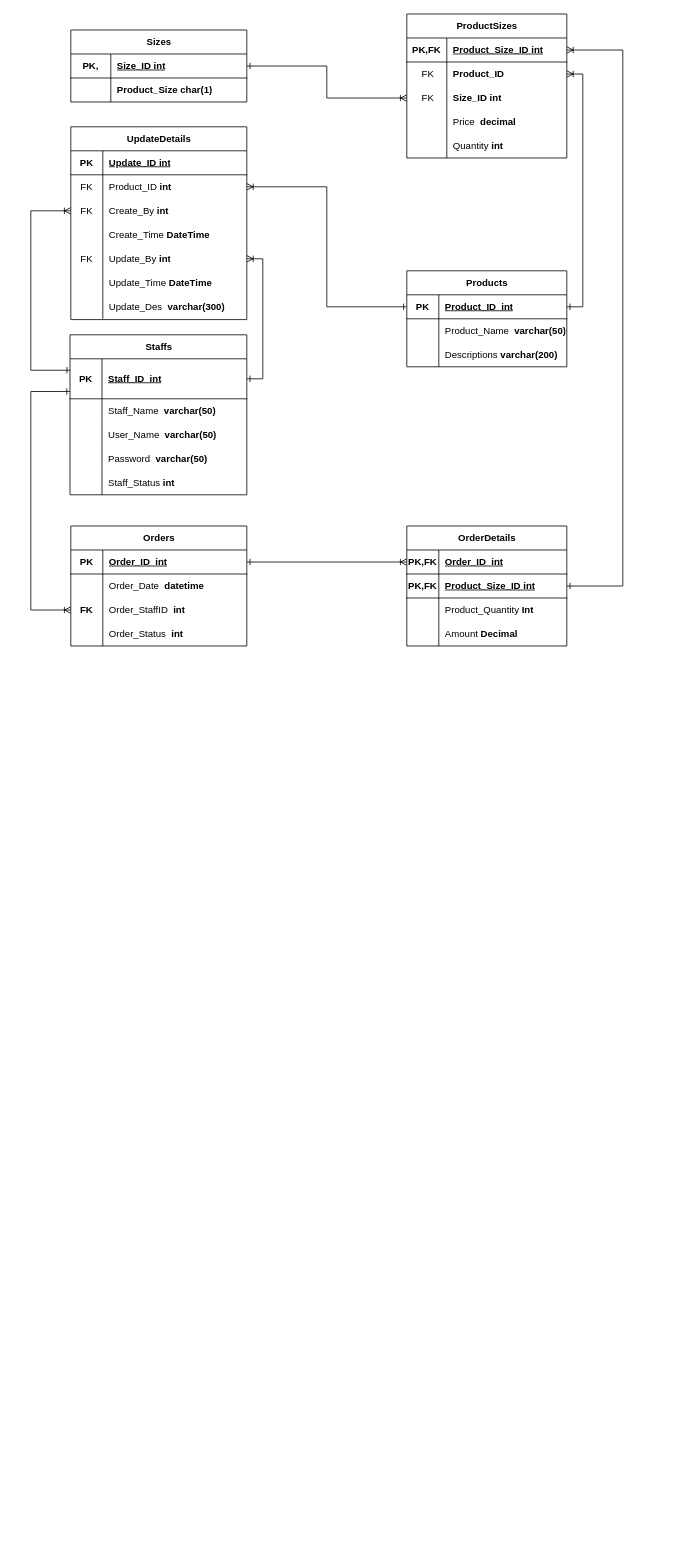
The draw.io diagram page "ERDPhysic" (2 of 2) of Diagram/Entity_Relationship_Diagram/ERD1.drawio in NDuc-Dev/Project-1, before the edit. Source tidied: cells renumbered, new cells numbered last; positions are measured from the earlier drawing's top-left corner, leaving out a move shared by most shapes. Both pictures are drawn from the tidied source at 80%, with x=0, y=0 at pixel (30, 14).
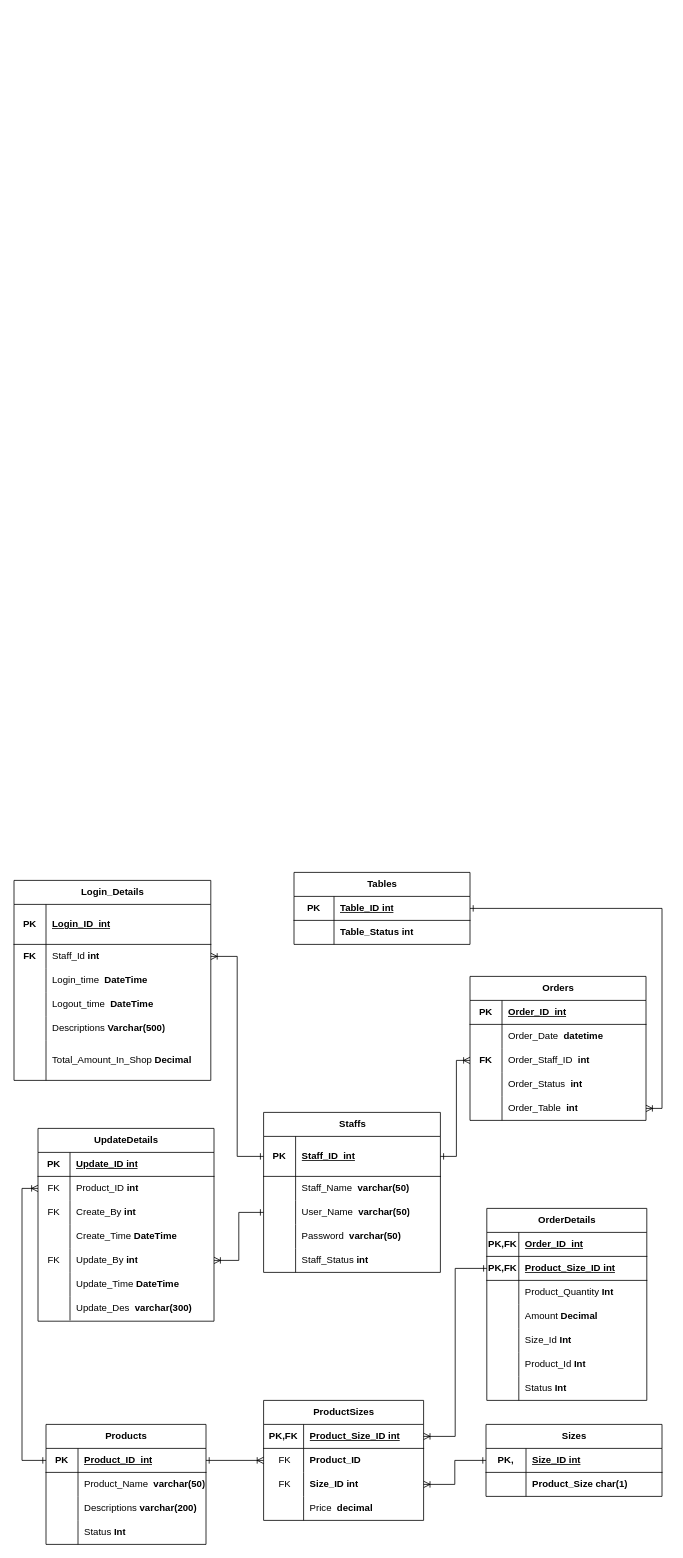
The same page after the edit.

The change refers to these unchanged cells:
```xml
<mxCell id="3" style="shape=tableRow;horizontal=0;startSize=0;swimlaneHead=0;swimlaneBody=0;fillColor=none;points=[[0,0.5],[1,0.5]];portConstraint=eastwest;top=0;left=0;right=0;bottom=1;" parent="2" vertex="1">
  <mxGeometry y="30" width="221" height="50" as="geometry" />
</mxCell>
<mxCell id="9" style="shape=tableRow;horizontal=0;startSize=0;swimlaneHead=0;swimlaneBody=0;fillColor=none;points=[[0,0.5],[1,0.5]];portConstraint=eastwest;top=0;left=0;right=0;bottom=0;" parent="2" vertex="1">
  <mxGeometry y="110" width="221" height="30" as="geometry" />
</mxCell>
<mxCell id="19" style="shape=tableRow;horizontal=0;startSize=0;swimlaneHead=0;swimlaneBody=0;fillColor=none;points=[[0,0.5],[1,0.5]];portConstraint=eastwest;top=0;left=0;right=0;bottom=1;" parent="18" vertex="1">
  <mxGeometry y="30" width="200" height="30" as="geometry" />
</mxCell>
<mxCell id="29" style="shape=tableRow;horizontal=0;startSize=0;swimlaneHead=0;swimlaneBody=0;fillColor=none;points=[[0,0.5],[1,0.5]];portConstraint=eastwest;top=0;left=0;right=0;bottom=1;" parent="28" vertex="1">
  <mxGeometry y="30" width="200" height="30" as="geometry" />
</mxCell>
<mxCell id="35" style="shape=tableRow;horizontal=0;startSize=0;swimlaneHead=0;swimlaneBody=0;fillColor=none;points=[[0,0.5],[1,0.5]];portConstraint=eastwest;top=0;left=0;right=0;bottom=0;" parent="28" vertex="1">
  <mxGeometry y="90" width="200" height="30" as="geometry" />
</mxCell>
<mxCell id="45" style="shape=tableRow;horizontal=0;startSize=0;swimlaneHead=0;swimlaneBody=0;fillColor=none;points=[[0,0.5],[1,0.5]];portConstraint=eastwest;top=0;left=0;right=0;bottom=1;" parent="44" vertex="1">
  <mxGeometry y="30" width="220" height="30" as="geometry" />
</mxCell>
<mxCell id="54" style="shape=tableRow;horizontal=0;startSize=0;swimlaneHead=0;swimlaneBody=0;fillColor=none;points=[[0,0.5],[1,0.5]];portConstraint=eastwest;top=0;left=0;right=0;bottom=1;" parent="53" vertex="1">
  <mxGeometry y="30" width="220" height="30" as="geometry" />
</mxCell>
<mxCell id="60" style="shape=tableRow;horizontal=0;startSize=0;swimlaneHead=0;swimlaneBody=0;fillColor=none;points=[[0,0.5],[1,0.5]];portConstraint=eastwest;top=0;left=0;right=0;bottom=0;" parent="53" vertex="1">
  <mxGeometry y="90" width="220" height="30" as="geometry" />
</mxCell>
<mxCell id="67" style="shape=tableRow;horizontal=0;startSize=0;swimlaneHead=0;swimlaneBody=0;fillColor=none;points=[[0,0.5],[1,0.5]];portConstraint=eastwest;top=0;left=0;right=0;bottom=1;" parent="66" vertex="1">
  <mxGeometry y="30" width="200" height="30" as="geometry" />
</mxCell>
<mxCell id="70" style="shape=tableRow;horizontal=0;startSize=0;swimlaneHead=0;swimlaneBody=0;fillColor=none;points=[[0,0.5],[1,0.5]];portConstraint=eastwest;top=0;left=0;right=0;bottom=1;" parent="66" vertex="1">
  <mxGeometry y="60" width="200" height="30" as="geometry" />
</mxCell>
<mxCell id="86" style="shape=tableRow;horizontal=0;startSize=0;swimlaneHead=0;swimlaneBody=0;fillColor=none;points=[[0,0.5],[1,0.5]];portConstraint=eastwest;top=0;left=0;right=0;bottom=0;" parent="82" vertex="1">
  <mxGeometry y="60" width="220" height="30" as="geometry" />
</mxCell>
<mxCell id="89" style="shape=tableRow;horizontal=0;startSize=0;swimlaneHead=0;swimlaneBody=0;fillColor=none;points=[[0,0.5],[1,0.5]];portConstraint=eastwest;top=0;left=0;right=0;bottom=0;" parent="82" vertex="1">
  <mxGeometry y="90" width="220" height="30" as="geometry" />
</mxCell>
<mxCell id="95" style="shape=tableRow;horizontal=0;startSize=0;swimlaneHead=0;swimlaneBody=0;fillColor=none;points=[[0,0.5],[1,0.5]];portConstraint=eastwest;top=0;left=0;right=0;bottom=0;" parent="82" vertex="1">
  <mxGeometry y="150" width="220" height="30" as="geometry" />
</mxCell>
```

Diff of the diagram source:
```diff
@@
     <mxCell id="2" value="Staffs" style="shape=table;startSize=30;childLayout=tableLayout;rowLines=0;fontStyle=1;align=center;html=1;" parent="1" vertex="1">
-      <mxGeometry x="49" y="401" width="221" height="200" as="geometry" />
+      <mxGeometry x="291" y="1373" width="221" height="200" as="geometry" />
     </mxCell>
@@
     <mxCell id="18" value="Products" style="shape=table;startSize=30;childLayout=tableLayout;rowLines=0;fontStyle=1;align=center;html=1;" parent="1" vertex="1">
-      <mxGeometry x="470" y="321" width="200" height="120" as="geometry" />
+      <mxGeometry x="19" y="1763" width="200" height="150" as="geometry" />
     </mxCell>
@@
+    <mxCell id="107" style="shape=tableRow;horizontal=0;startSize=0;swimlaneHead=0;swimlaneBody=0;fillColor=none;top=0;left=0;right=0;bottom=0;" parent="18" vertex="1">
+      <mxGeometry y="120" width="200" height="30" as="geometry" />
+    </mxCell>
+    <mxCell id="108" style="shape=partialRectangle;fillColor=none;top=0;left=0;bottom=0;right=0;overflow=hidden;whiteSpace=wrap;html=1;" parent="107" vertex="1">
+      <mxGeometry width="40" height="30" as="geometry" />
+    </mxCell>
+    <mxCell id="109" value="Status &lt;b&gt;Int&lt;/b&gt;" style="shape=partialRectangle;fillColor=none;top=0;left=0;bottom=0;right=0;align=left;spacingLeft=6;overflow=hidden;whiteSpace=wrap;html=1;" parent="107" vertex="1">
+      <mxGeometry x="40" width="160" height="30" as="geometry" />
+    </mxCell>
     <mxCell id="28" value="ProductSizes" style="shape=table;startSize=30;childLayout=tableLayout;rowLines=0;fontStyle=1;align=center;html=1;" parent="1" vertex="1">
-      <mxGeometry x="470" width="200" height="180" as="geometry" />
+      <mxGeometry x="291" y="1733" width="200" height="150" as="geometry" />
     </mxCell>
@@
-    <mxCell id="41" style="shape=tableRow;horizontal=0;startSize=0;swimlaneHead=0;swimlaneBody=0;fillColor=none;top=0;left=0;right=0;bottom=0;" parent="28" vertex="1">
-      <mxGeometry y="150" width="200" height="30" as="geometry" />
-    </mxCell>
-    <mxCell id="42" style="shape=partialRectangle;fillColor=none;top=0;left=0;bottom=0;right=0;overflow=hidden;whiteSpace=wrap;html=1;" parent="41" vertex="1">
-      <mxGeometry width="50" height="30" as="geometry" />
-    </mxCell>
-    <mxCell id="43" value="Quantity &lt;b&gt;int&lt;/b&gt;" style="shape=partialRectangle;fillColor=none;top=0;left=0;bottom=0;right=0;align=left;spacingLeft=6;overflow=hidden;whiteSpace=wrap;html=1;" parent="41" vertex="1">
-      <mxGeometry x="50" width="150" height="30" as="geometry" />
-    </mxCell>
     <mxCell id="44" value="Sizes" style="shape=table;startSize=30;childLayout=tableLayout;rowLines=0;fontStyle=1;align=center;html=1;" parent="1" vertex="1">
-      <mxGeometry x="50" y="20" width="220" height="90" as="geometry" />
+      <mxGeometry x="569" y="1763" width="220" height="90" as="geometry" />
     </mxCell>
@@
-    <mxCell id="51" style="edgeStyle=orthogonalEdgeStyle;rounded=0;jettySize=auto;html=1;exitX=1;exitY=0.5;exitDx=0;exitDy=0;entryX=0;entryY=0.5;entryDx=0;entryDy=0;endArrow=ERoneToMany;endFill=0;startArrow=ERone;startFill=0;" parent="1" edge="1" source="45" target="35">
+    <mxCell id="51" style="edgeStyle=orthogonalEdgeStyle;rounded=0;jettySize=auto;html=1;exitX=0;exitY=0.5;exitDx=0;exitDy=0;entryX=1;entryY=0.5;entryDx=0;entryDy=0;endArrow=ERoneToMany;endFill=0;startArrow=ERone;startFill=0;" parent="1" edge="1" source="45" target="35">
       <mxGeometry relative="1" as="geometry" />
     </mxCell>
@@
     <mxCell id="53" value="Orders" style="shape=table;startSize=30;childLayout=tableLayout;rowLines=0;fontStyle=1;align=center;html=1;" parent="1" vertex="1">
-      <mxGeometry x="50" y="640" width="220" height="150" as="geometry" />
+      <mxGeometry x="549" y="1203" width="220" height="180" as="geometry" />
     </mxCell>
@@
-    <mxCell id="62" value="Order_StaffID&amp;nbsp; &lt;b&gt;int&lt;/b&gt;" style="shape=partialRectangle;fillColor=none;top=0;left=0;bottom=0;right=0;align=left;spacingLeft=6;overflow=hidden;whiteSpace=wrap;html=1;" parent="60" vertex="1">
+    <mxCell id="62" value="Order_Staff_ID&amp;nbsp; &lt;b&gt;int&lt;/b&gt;" style="shape=partialRectangle;fillColor=none;top=0;left=0;bottom=0;right=0;align=left;spacingLeft=6;overflow=hidden;whiteSpace=wrap;html=1;" parent="60" vertex="1">
       <mxGeometry x="40" width="180" height="30" as="geometry" />
     </mxCell>
@@
+    <mxCell id="110" style="shape=tableRow;horizontal=0;startSize=0;swimlaneHead=0;swimlaneBody=0;fillColor=none;points=[[0,0.5],[1,0.5]];portConstraint=eastwest;top=0;left=0;right=0;bottom=0;" parent="53" vertex="1">
+      <mxGeometry y="150" width="220" height="30" as="geometry" />
+    </mxCell>
+    <mxCell id="111" style="shape=partialRectangle;fillColor=none;top=0;left=0;bottom=0;right=0;overflow=hidden;whiteSpace=wrap;html=1;" parent="110" vertex="1">
+      <mxGeometry width="40" height="30" as="geometry" />
+    </mxCell>
+    <mxCell id="112" value="Order_Table&amp;nbsp;&amp;nbsp;&lt;b&gt;int&lt;/b&gt;" style="shape=partialRectangle;fillColor=none;top=0;left=0;bottom=0;right=0;align=left;spacingLeft=6;overflow=hidden;whiteSpace=wrap;html=1;" parent="110" vertex="1">
+      <mxGeometry x="40" width="180" height="30" as="geometry" />
+    </mxCell>
     <mxCell id="66" value="OrderDetails" style="shape=table;startSize=30;childLayout=tableLayout;rowLines=0;fontStyle=1;align=center;html=1;" parent="1" vertex="1">
-      <mxGeometry x="470" y="640" width="200" height="150" as="geometry" />
+      <mxGeometry x="570" y="1493" width="200" height="240" as="geometry" />
     </mxCell>
@@
-    <mxCell id="79" style="edgeStyle=orthogonalEdgeStyle;rounded=0;jettySize=auto;html=1;exitX=1;exitY=0.5;exitDx=0;exitDy=0;entryX=1;entryY=0.5;entryDx=0;entryDy=0;startArrow=ERoneToMany;startFill=0;endArrow=ERone;endFill=0;" parent="1" edge="1" source="29" target="70">
-      <mxGeometry relative="1" as="geometry">
-        <Array as="points">
-          <mxPoint x="740" y="45" />
-          <mxPoint x="740" y="715" />
-        </Array>
-      </mxGeometry>
-    </mxCell>
-    <mxCell id="80" style="edgeStyle=orthogonalEdgeStyle;rounded=0;jettySize=auto;html=1;exitX=1;exitY=0.5;exitDx=0;exitDy=0;entryX=0;entryY=0.5;entryDx=0;entryDy=0;endArrow=ERoneToMany;endFill=0;startArrow=ERone;startFill=0;" parent="1" edge="1" source="54" target="67">
-      <mxGeometry relative="1" as="geometry" />
-    </mxCell>
-    <mxCell id="81" style="edgeStyle=orthogonalEdgeStyle;rounded=0;jettySize=auto;html=1;exitX=0;exitY=0.817;exitDx=0;exitDy=0;entryX=0;entryY=0.5;entryDx=0;entryDy=0;startArrow=ERone;startFill=0;endArrow=ERoneToMany;endFill=0;exitPerimeter=0;" parent="1" edge="1" source="3" target="60">
-      <mxGeometry relative="1" as="geometry">
-        <Array as="points">
-          <mxPoint y="471" />
-          <mxPoint y="745" />
-        </Array>
-      </mxGeometry>
-    </mxCell>
+    <mxCell id="41" style="shape=tableRow;horizontal=0;startSize=0;swimlaneHead=0;swimlaneBody=0;fillColor=none;top=0;left=0;right=0;bottom=0;" parent="66" vertex="1">
+      <mxGeometry y="150" width="200" height="30" as="geometry" />
+    </mxCell>
+    <mxCell id="113" style="shape=partialRectangle;fillColor=none;top=0;left=0;bottom=0;right=0;overflow=hidden;whiteSpace=wrap;html=1;" parent="41" vertex="1">
+      <mxGeometry width="40" height="30" as="geometry" />
+    </mxCell>
+    <mxCell id="114" value="Size_Id &lt;b&gt;Int&lt;/b&gt;" style="shape=partialRectangle;fillColor=none;top=0;left=0;bottom=0;right=0;align=left;spacingLeft=6;overflow=hidden;whiteSpace=wrap;html=1;" parent="41" vertex="1">
+      <mxGeometry x="40" width="160" height="30" as="geometry" />
+    </mxCell>
+    <mxCell id="115" style="shape=tableRow;horizontal=0;startSize=0;swimlaneHead=0;swimlaneBody=0;fillColor=none;top=0;left=0;right=0;bottom=0;" parent="66" vertex="1">
+      <mxGeometry y="180" width="200" height="30" as="geometry" />
+    </mxCell>
+    <mxCell id="116" style="shape=partialRectangle;fillColor=none;top=0;left=0;bottom=0;right=0;overflow=hidden;whiteSpace=wrap;html=1;" parent="115" vertex="1">
+      <mxGeometry width="40" height="30" as="geometry" />
+    </mxCell>
+    <mxCell id="117" value="Product_Id&amp;nbsp;&lt;b&gt;Int&lt;/b&gt;" style="shape=partialRectangle;fillColor=none;top=0;left=0;bottom=0;right=0;align=left;spacingLeft=6;overflow=hidden;whiteSpace=wrap;html=1;" parent="115" vertex="1">
+      <mxGeometry x="40" width="160" height="30" as="geometry" />
+    </mxCell>
+    <mxCell id="118" style="shape=tableRow;horizontal=0;startSize=0;swimlaneHead=0;swimlaneBody=0;fillColor=none;top=0;left=0;right=0;bottom=0;" parent="66" vertex="1">
+      <mxGeometry y="210" width="200" height="30" as="geometry" />
+    </mxCell>
+    <mxCell id="119" style="shape=partialRectangle;fillColor=none;top=0;left=0;bottom=0;right=0;overflow=hidden;whiteSpace=wrap;html=1;" parent="118" vertex="1">
+      <mxGeometry width="40" height="30" as="geometry" />
+    </mxCell>
+    <mxCell id="120" value="Status&amp;nbsp;&lt;b&gt;Int&lt;/b&gt;" style="shape=partialRectangle;fillColor=none;top=0;left=0;bottom=0;right=0;align=left;spacingLeft=6;overflow=hidden;whiteSpace=wrap;html=1;" parent="118" vertex="1">
+      <mxGeometry x="40" width="160" height="30" as="geometry" />
+    </mxCell>
     <mxCell id="82" value="UpdateDetails" style="shape=table;startSize=30;childLayout=tableLayout;rowLines=0;fontStyle=1;align=center;html=1;" parent="1" vertex="1">
-      <mxGeometry x="50" y="141" width="220" height="241" as="geometry" />
+      <mxGeometry x="9" y="1393" width="220" height="241" as="geometry" />
     </mxCell>
@@
-    <mxCell id="104" style="edgeStyle=orthogonalEdgeStyle;rounded=0;jettySize=auto;html=1;exitX=0.001;exitY=0.286;exitDx=0;exitDy=0;entryX=0;entryY=0.5;entryDx=0;entryDy=0;startArrow=ERone;startFill=0;endArrow=ERoneToMany;endFill=0;exitPerimeter=0;" parent="1" edge="1" source="3" target="89">
-      <mxGeometry relative="1" as="geometry">
-        <Array as="points">
-          <mxPoint y="445" />
-          <mxPoint y="246" />
-        </Array>
-      </mxGeometry>
-    </mxCell>
-    <mxCell id="105" style="edgeStyle=orthogonalEdgeStyle;rounded=0;jettySize=auto;html=1;exitX=0;exitY=0.5;exitDx=0;exitDy=0;entryX=1;entryY=0.5;entryDx=0;entryDy=0;startArrow=ERone;startFill=0;endArrow=ERoneToMany;endFill=0;" parent="1" edge="1" source="19" target="86">
+    <mxCell id="105" style="edgeStyle=orthogonalEdgeStyle;rounded=0;jettySize=auto;html=1;exitX=0;exitY=0.5;exitDx=0;exitDy=0;entryX=0;entryY=0.5;entryDx=0;entryDy=0;startArrow=ERone;startFill=0;endArrow=ERoneToMany;endFill=0;" parent="1" edge="1" source="19" target="86">
       <mxGeometry relative="1" as="geometry" />
     </mxCell>
-    <mxCell id="106" style="edgeStyle=orthogonalEdgeStyle;rounded=0;jettySize=auto;html=1;exitX=1;exitY=0.5;exitDx=0;exitDy=0;entryX=1;entryY=0.5;entryDx=0;entryDy=0;startArrow=ERone;startFill=0;endArrow=ERoneToMany;endFill=0;" parent="1" edge="1" source="3" target="95">
+    <mxCell id="106" style="edgeStyle=orthogonalEdgeStyle;rounded=0;jettySize=auto;html=1;exitX=0;exitY=0.5;exitDx=0;exitDy=0;entryX=1;entryY=0.5;entryDx=0;entryDy=0;startArrow=ERone;startFill=0;endArrow=ERoneToMany;endFill=0;" parent="1" edge="1" source="9" target="95">
       <mxGeometry relative="1" as="geometry" />
     </mxCell>
+    <mxCell id="121" value="Tables" style="shape=table;startSize=30;childLayout=tableLayout;rowLines=0;fontStyle=1;align=center;html=1;" parent="1" vertex="1">
+      <mxGeometry x="329" y="1073" width="220" height="90" as="geometry" />
+    </mxCell>
+    <mxCell id="122" style="shape=tableRow;horizontal=0;startSize=0;swimlaneHead=0;swimlaneBody=0;fillColor=none;points=[[0,0.5],[1,0.5]];portConstraint=eastwest;top=0;left=0;right=0;bottom=1;" parent="121" vertex="1">
+      <mxGeometry y="30" width="220" height="30" as="geometry" />
+    </mxCell>
+    <mxCell id="123" value="PK" style="shape=partialRectangle;fillColor=none;top=0;left=0;bottom=0;right=0;fontStyle=1;overflow=hidden;whiteSpace=wrap;html=1;" parent="122" vertex="1">
+      <mxGeometry width="50" height="30" as="geometry" />
+    </mxCell>
+    <mxCell id="124" value="Table_ID int" style="shape=partialRectangle;fillColor=none;top=0;left=0;bottom=0;right=0;align=left;spacingLeft=6;fontStyle=5;overflow=hidden;whiteSpace=wrap;html=1;" parent="122" vertex="1">
+      <mxGeometry x="50" width="170" height="30" as="geometry" />
+    </mxCell>
+    <mxCell id="125" style="shape=tableRow;horizontal=0;startSize=0;swimlaneHead=0;swimlaneBody=0;fillColor=none;top=0;left=0;right=0;bottom=0;" parent="121" vertex="1">
+      <mxGeometry y="60" width="220" height="30" as="geometry" />
+    </mxCell>
+    <mxCell id="42" style="shape=partialRectangle;fillColor=none;top=0;left=0;bottom=0;right=0;overflow=hidden;whiteSpace=wrap;html=1;" parent="125" vertex="1">
+      <mxGeometry width="50" height="30" as="geometry" />
+    </mxCell>
+    <mxCell id="126" value="&lt;b&gt;Table_Status int&lt;/b&gt;" style="shape=partialRectangle;fillColor=none;top=0;left=0;bottom=0;right=0;align=left;spacingLeft=6;overflow=hidden;whiteSpace=wrap;html=1;" parent="125" vertex="1">
+      <mxGeometry x="50" width="170" height="30" as="geometry" />
+    </mxCell>
+    <mxCell id="127" style="edgeStyle=orthogonalEdgeStyle;rounded=0;jettySize=auto;html=1;exitX=0;exitY=0.5;exitDx=0;exitDy=0;entryX=1;entryY=0.5;entryDx=0;entryDy=0;endArrow=ERoneToMany;endFill=0;startArrow=ERone;startFill=0;" parent="1" edge="1" source="70" target="29">
+      <mxGeometry relative="1" as="geometry" />
+    </mxCell>
+    <mxCell id="81" style="edgeStyle=orthogonalEdgeStyle;rounded=0;jettySize=auto;html=1;exitX=1;exitY=0.5;exitDx=0;exitDy=0;entryX=0;entryY=0.5;entryDx=0;entryDy=0;endArrow=ERoneToMany;endFill=0;startArrow=ERone;startFill=0;" parent="1" edge="1" source="3" target="60">
+      <mxGeometry relative="1" as="geometry">
+        <Array as="points">
+          <mxPoint x="532" y="1428" />
+          <mxPoint x="532" y="1308" />
+        </Array>
+      </mxGeometry>
+    </mxCell>
+    <mxCell id="128" style="edgeStyle=orthogonalEdgeStyle;rounded=0;jettySize=auto;html=1;exitX=1;exitY=0.5;exitDx=0;exitDy=0;entryX=1;entryY=0.5;entryDx=0;entryDy=0;endArrow=ERoneToMany;endFill=0;startArrow=ERone;startFill=0;" parent="1" edge="1" source="122" target="110">
+      <mxGeometry relative="1" as="geometry" />
+    </mxCell>
+    <mxCell id="129" value="Login_Details" style="shape=table;startSize=30;childLayout=tableLayout;rowLines=0;fontStyle=1;align=center;html=1;" parent="1" vertex="1">
+      <mxGeometry x="-21" y="1083" width="246" height="250" as="geometry" />
+    </mxCell>
+    <mxCell id="130" style="shape=tableRow;horizontal=0;startSize=0;swimlaneHead=0;swimlaneBody=0;fillColor=none;top=0;left=0;right=0;bottom=1;" parent="129" vertex="1">
+      <mxGeometry y="30" width="246" height="50" as="geometry" />
+    </mxCell>
+    <mxCell id="131" value="PK" style="shape=partialRectangle;fillColor=none;top=0;left=0;bottom=0;right=0;fontStyle=1;overflow=hidden;whiteSpace=wrap;html=1;" parent="130" vertex="1">
+      <mxGeometry width="40" height="50" as="geometry" />
+    </mxCell>
+    <mxCell id="132" value="Login_ID&amp;nbsp; int" style="shape=partialRectangle;fillColor=none;top=0;left=0;bottom=0;right=0;align=left;spacingLeft=6;fontStyle=5;overflow=hidden;whiteSpace=wrap;html=1;" parent="130" vertex="1">
+      <mxGeometry x="40" width="206" height="50" as="geometry" />
+    </mxCell>
+    <mxCell id="133" style="shape=tableRow;horizontal=0;startSize=0;swimlaneHead=0;swimlaneBody=0;fillColor=none;points=[[0,0.5],[1,0.5]];portConstraint=eastwest;top=0;left=0;right=0;bottom=0;" parent="129" vertex="1">
+      <mxGeometry y="80" width="246" height="30" as="geometry" />
+    </mxCell>
+    <mxCell id="134" value="&lt;b&gt;FK&lt;/b&gt;" style="shape=partialRectangle;fillColor=none;top=0;left=0;bottom=0;right=0;overflow=hidden;whiteSpace=wrap;html=1;" parent="133" vertex="1">
+      <mxGeometry width="40" height="30" as="geometry" />
+    </mxCell>
+    <mxCell id="135" value="Staff_Id &lt;b&gt;int&lt;/b&gt;" style="shape=partialRectangle;fillColor=none;top=0;left=0;bottom=0;right=0;align=left;spacingLeft=6;overflow=hidden;whiteSpace=wrap;html=1;" parent="133" vertex="1">
+      <mxGeometry x="40" width="206" height="30" as="geometry" />
+    </mxCell>
+    <mxCell id="136" style="shape=tableRow;horizontal=0;startSize=0;swimlaneHead=0;swimlaneBody=0;fillColor=none;top=0;left=0;right=0;bottom=0;" parent="129" vertex="1">
+      <mxGeometry y="110" width="246" height="30" as="geometry" />
+    </mxCell>
+    <mxCell id="137" style="shape=partialRectangle;fillColor=none;top=0;left=0;bottom=0;right=0;overflow=hidden;whiteSpace=wrap;html=1;" parent="136" vertex="1">
+      <mxGeometry width="40" height="30" as="geometry" />
+    </mxCell>
+    <mxCell id="138" value="Login_time&amp;nbsp;&amp;nbsp;&lt;b&gt;DateTime&lt;/b&gt;" style="shape=partialRectangle;fillColor=none;top=0;left=0;bottom=0;right=0;align=left;spacingLeft=6;overflow=hidden;whiteSpace=wrap;html=1;" parent="136" vertex="1">
+      <mxGeometry x="40" width="206" height="30" as="geometry" />
+    </mxCell>
+    <mxCell id="139" style="shape=tableRow;horizontal=0;startSize=0;swimlaneHead=0;swimlaneBody=0;fillColor=none;top=0;left=0;right=0;bottom=0;" parent="129" vertex="1">
+      <mxGeometry y="140" width="246" height="30" as="geometry" />
+    </mxCell>
+    <mxCell id="140" style="shape=partialRectangle;fillColor=none;top=0;left=0;bottom=0;right=0;overflow=hidden;whiteSpace=wrap;html=1;" parent="139" vertex="1">
+      <mxGeometry width="40" height="30" as="geometry" />
+    </mxCell>
+    <mxCell id="141" value="Logout_time&amp;nbsp;&amp;nbsp;&lt;b style=&quot;border-color: var(--border-color);&quot;&gt;DateTime&lt;/b&gt;" style="shape=partialRectangle;fillColor=none;top=0;left=0;bottom=0;right=0;align=left;spacingLeft=6;overflow=hidden;whiteSpace=wrap;html=1;" parent="139" vertex="1">
+      <mxGeometry x="40" width="206" height="30" as="geometry" />
+    </mxCell>
+    <mxCell id="142" style="shape=tableRow;horizontal=0;startSize=0;swimlaneHead=0;swimlaneBody=0;fillColor=none;top=0;left=0;right=0;bottom=0;" parent="129" vertex="1">
+      <mxGeometry y="170" width="246" height="30" as="geometry" />
+    </mxCell>
+    <mxCell id="143" style="shape=partialRectangle;fillColor=none;top=0;left=0;bottom=0;right=0;overflow=hidden;whiteSpace=wrap;html=1;" parent="142" vertex="1">
+      <mxGeometry width="40" height="30" as="geometry" />
+    </mxCell>
+    <mxCell id="144" value="Descriptions &lt;b&gt;Varchar(500)&lt;/b&gt;" style="shape=partialRectangle;fillColor=none;top=0;left=0;bottom=0;right=0;align=left;spacingLeft=6;overflow=hidden;whiteSpace=wrap;html=1;" parent="142" vertex="1">
+      <mxGeometry x="40" width="206" height="30" as="geometry" />
+    </mxCell>
+    <mxCell id="145" style="shape=tableRow;horizontal=0;startSize=0;swimlaneHead=0;swimlaneBody=0;fillColor=none;top=0;left=0;right=0;bottom=0;" parent="129" vertex="1">
+      <mxGeometry y="200" width="246" height="50" as="geometry" />
+    </mxCell>
+    <mxCell id="146" style="shape=partialRectangle;fillColor=none;top=0;left=0;bottom=0;right=0;overflow=hidden;whiteSpace=wrap;html=1;" parent="145" vertex="1">
+      <mxGeometry width="40" height="50" as="geometry" />
+    </mxCell>
+    <mxCell id="147" value="Total_Amount_In_Shop &lt;b&gt;Decimal&lt;/b&gt;" style="shape=partialRectangle;fillColor=none;top=0;left=0;bottom=0;right=0;align=left;spacingLeft=6;overflow=hidden;whiteSpace=wrap;html=1;" parent="145" vertex="1">
+      <mxGeometry x="40" width="206" height="50" as="geometry" />
+    </mxCell>
+    <mxCell id="148" style="edgeStyle=orthogonalEdgeStyle;rounded=0;jettySize=auto;html=1;exitX=0;exitY=0.5;exitDx=0;exitDy=0;entryX=1;entryY=0.5;entryDx=0;entryDy=0;startArrow=ERone;startFill=0;endArrow=ERoneToMany;endFill=0;" parent="1" edge="1" source="3" target="133">
+      <mxGeometry relative="1" as="geometry" />
+    </mxCell>
```
